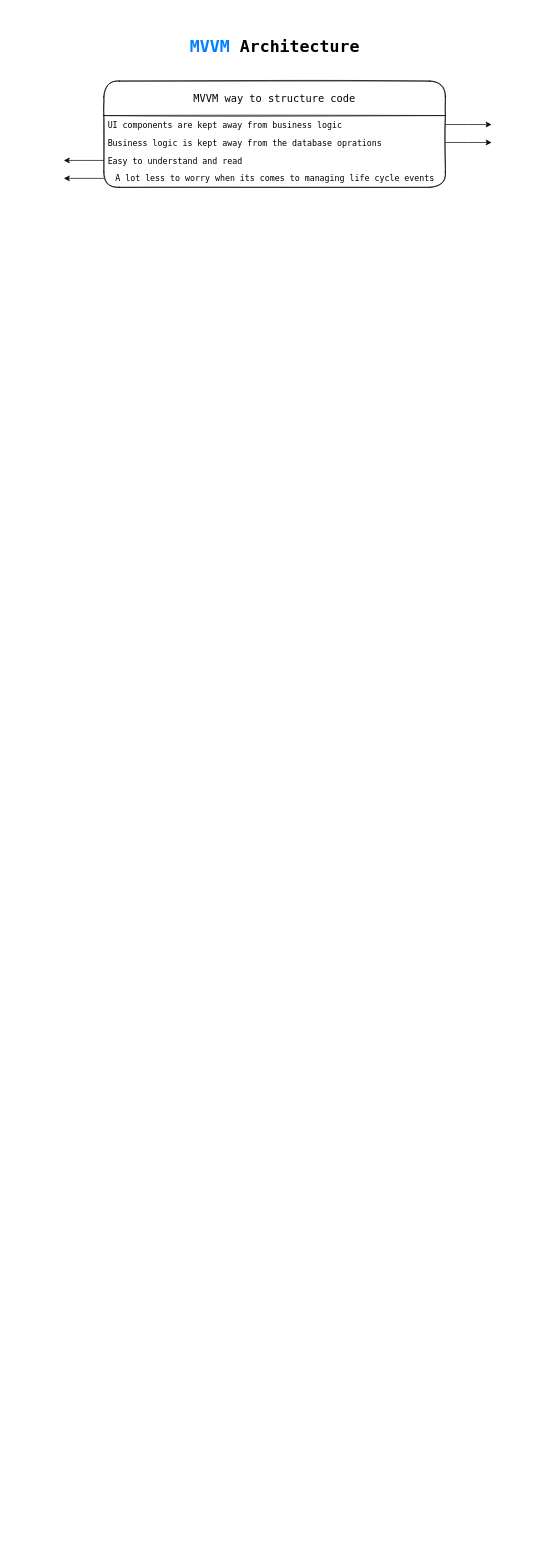
Before: MVVM.drawio in elliot31878/MVVM, a draw.io diagram. Source tidied: cells renumbered, new cells numbered last; positions are measured from the earlier drawing's top-left corner, leaving out a move shared by most shapes. Both pictures are drawn from the tidied source at 69%, with x=0, y=0 at pixel (63, 12).
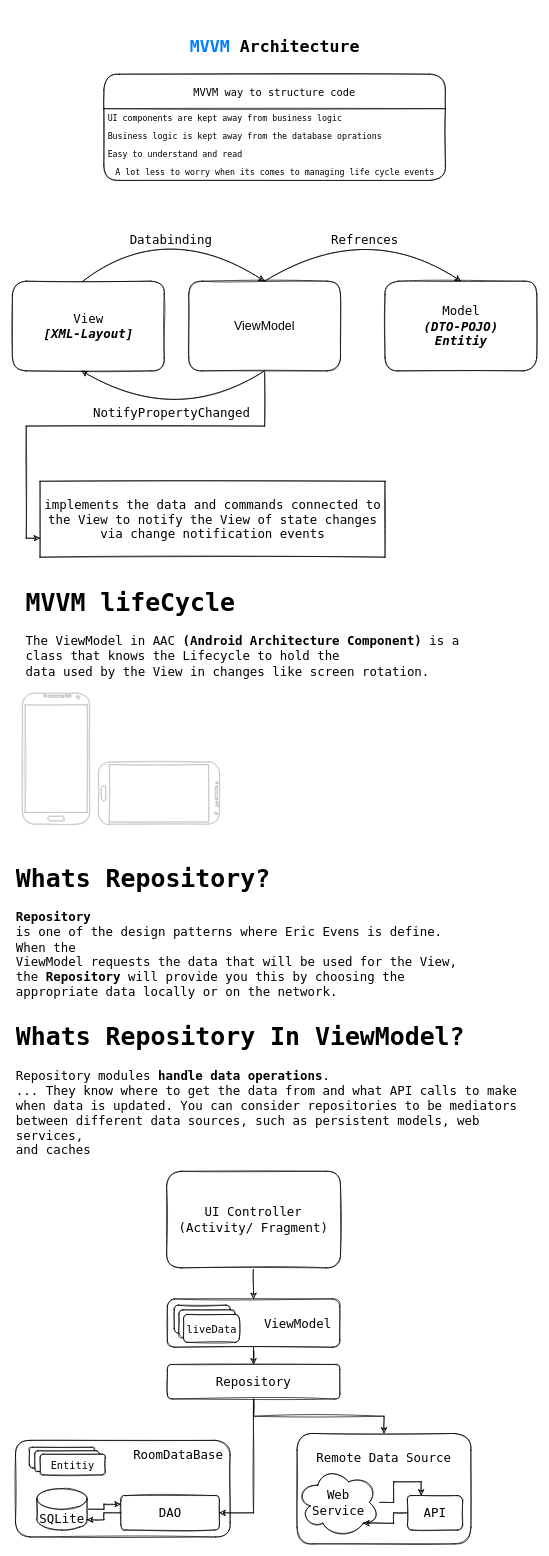
The same diagram, later.

Unchanged cells that the change refers to:
```xml
<mxCell id="4" value="UI components are kept away from business logic" style="text;strokeColor=none;fillColor=none;align=left;verticalAlign=top;spacingLeft=4;spacingRight=4;overflow=hidden;points=[[0,0.5],[1,0.5]];portConstraint=eastwest;fontFamily=Lucida Console;" parent="3" vertex="1">
  <mxGeometry y="50" width="495" height="26" as="geometry" />
</mxCell>
<mxCell id="5" value="Business logic is kept away from the database oprations" style="text;strokeColor=none;fillColor=none;align=left;verticalAlign=top;spacingLeft=4;spacingRight=4;overflow=hidden;points=[[0,0.5],[1,0.5]];portConstraint=eastwest;fontFamily=Lucida Console;" parent="3" vertex="1">
  <mxGeometry y="76" width="495" height="26" as="geometry" />
</mxCell>
<mxCell id="6" value="Easy to understand and read" style="text;strokeColor=none;fillColor=none;align=left;verticalAlign=top;spacingLeft=4;spacingRight=4;overflow=hidden;points=[[0,0.5],[1,0.5]];portConstraint=eastwest;fontFamily=Lucida Console;" parent="3" vertex="1">
  <mxGeometry y="102" width="495" height="26" as="geometry" />
</mxCell>
<mxCell id="7" value="A lot less to worry when its comes to managing life cycle events" style="text;strokeColor=none;fillColor=none;align=left;verticalAlign=top;spacingLeft=15;spacingRight=4;overflow=hidden;points=[[0,0.5],[1,0.5]];portConstraint=eastwest;spacingBottom=0;fontFamily=Lucida Console;" parent="3" vertex="1">
  <mxGeometry y="128" width="495" height="26" as="geometry" />
</mxCell>
```

What changed in the source:
```diff
@@
     <mxCell id="3" value="MVVM way to structure code" style="swimlane;fontStyle=0;horizontal=1;startSize=50;fontSize=15;&#10;borderRadius:10;rounded=1;shadow=0;glass=0;sketch=1;fontFamily=Lucida Console;spacingBottom=0;" parent="1" vertex="1">
-      <mxGeometry x="58" y="100" width="495" height="154" as="geometry" />
+      <mxGeometry x="58" y="90" width="495" height="154" as="geometry" />
     </mxCell>
@@
-    <mxCell id="8" style="edgeStyle=orthogonalEdgeStyle;rounded=0;jettySize=auto;html=1;exitX=1;exitY=0.5;exitDx=0;exitDy=0;fontFamily=Lucida Console;fontSize=15;startSize=50;" parent="1" edge="1" source="4">
-      <mxGeometry relative="1" as="geometry">
-        <mxPoint x="620" y="163" as="targetPoint" />
-      </mxGeometry>
-    </mxCell>
-    <mxCell id="9" style="edgeStyle=orthogonalEdgeStyle;rounded=0;jettySize=auto;html=1;exitX=1;exitY=0.5;exitDx=0;exitDy=0;fontFamily=Lucida Console;fontSize=15;startSize=50;" parent="1" edge="1" source="5">
-      <mxGeometry relative="1" as="geometry">
-        <mxPoint x="620" y="189" as="targetPoint" />
-      </mxGeometry>
-    </mxCell>
-    <mxCell id="10" style="edgeStyle=orthogonalEdgeStyle;rounded=0;jettySize=auto;html=1;fontFamily=Lucida Console;fontSize=15;startSize=50;" parent="1" edge="1" source="6">
-      <mxGeometry relative="1" as="geometry">
-        <mxPoint y="215" as="targetPoint" />
-      </mxGeometry>
-    </mxCell>
-    <mxCell id="11" style="edgeStyle=orthogonalEdgeStyle;rounded=0;jettySize=auto;html=1;exitX=0;exitY=0.5;exitDx=0;exitDy=0;fontFamily=Lucida Console;fontSize=15;startSize=50;" parent="1" edge="1" source="7">
-      <mxGeometry relative="1" as="geometry">
-        <mxPoint y="241" as="targetPoint" />
-      </mxGeometry>
-    </mxCell>
+    <mxCell id="12" value="&lt;div&gt;View&lt;/div&gt;&lt;div&gt;&lt;i&gt;&lt;b&gt;[XML-Layout]&lt;/b&gt;&lt;/i&gt;&lt;br&gt;&lt;/div&gt;" style="rounded=1;whiteSpace=wrap;html=1;sketch=1;fontFamily=Lucida Console;fontSize=18;" parent="1" vertex="1">
+      <mxGeometry x="-74.5" y="390" width="220" height="130" as="geometry" />
+    </mxCell>
+    <mxCell id="13" value="&lt;div&gt;Model&lt;/div&gt;&lt;div&gt;&lt;i&gt;&lt;b&gt;(DTO-POJO)&lt;/b&gt;&lt;/i&gt;&lt;/div&gt;&lt;div&gt;&lt;i&gt;&lt;b&gt;Entitiy&lt;/b&gt;&lt;/i&gt;&lt;br&gt;&lt;/div&gt;" style="rounded=1;whiteSpace=wrap;html=1;sketch=1;fontFamily=Lucida Console;fontSize=18;" parent="1" vertex="1">
+      <mxGeometry x="465.5" y="390" width="220" height="130" as="geometry" />
+    </mxCell>
+    <mxCell id="14" style="edgeStyle=orthogonalEdgeStyle;rounded=0;sketch=1;jettySize=auto;html=1;fontFamily=Lucida Console;fontSize=18;entryX=0;entryY=0.75;entryDx=0;entryDy=0;" parent="1" edge="1" source="15" target="23">
+      <mxGeometry relative="1" as="geometry" />
+    </mxCell>
+    <mxCell id="15" value="&lt;div&gt;ViewModel&lt;/div&gt;" style="rounded=1;whiteSpace=wrap;html=1;sketch=1;fontSize=18;" parent="1" vertex="1">
+      <mxGeometry x="181" y="390" width="220" height="130" as="geometry" />
+    </mxCell>
+    <mxCell id="16" value="Databinding" style="curved=1;endArrow=classic;html=1;fontFamily=Lucida Console;fontSize=18;exitX=0.464;exitY=0;exitDx=0;exitDy=0;exitPerimeter=0;entryX=0.5;entryY=0;entryDx=0;entryDy=0;sketch=1;" parent="1" edge="1" source="12" target="15">
+      <mxGeometry x="0.08" y="-20" relative="1" as="geometry">
+        <Array as="points">
+          <mxPoint x="145.5" y="300" />
+        </Array>
+      </mxGeometry>
+    </mxCell>
+    <mxCell id="17" style="curved=1;endArrow=classic;html=1;fontFamily=Lucida Console;fontSize=18;exitX=0.5;exitY=1;exitDx=0;exitDy=0;entryX=0.455;entryY=1;entryDx=0;entryDy=0;sketch=1;entryPerimeter=0;" parent="1" edge="1" source="15" target="12">
+      <mxGeometry relative="1" as="geometry">
+        <Array as="points">
+          <mxPoint x="165.5" y="600" />
+        </Array>
+      </mxGeometry>
+    </mxCell>
+    <mxCell id="18" value="NotifyPropertyChanged" style="edgeLabel;html=1;align=center;verticalAlign=middle;fontSize=18;fontFamily=Lucida Console;" parent="17" vertex="1">
+      <mxGeometry x="0.13" y="-26" relative="1" as="geometry">
+        <mxPoint y="16" as="offset" />
+      </mxGeometry>
+    </mxCell>
+    <mxCell id="19" value="Refrences" style="curved=1;endArrow=classic;html=1;fontFamily=Lucida Console;fontSize=18;exitX=0.5;exitY=0;exitDx=0;exitDy=0;entryX=0.5;entryY=0;entryDx=0;entryDy=0;sketch=1;" parent="1" edge="1" source="15" target="13">
+      <mxGeometry x="0.11" y="-25" relative="1" as="geometry">
+        <Array as="points">
+          <mxPoint x="435.5" y="300" />
+        </Array>
+      </mxGeometry>
+    </mxCell>
+    <mxCell id="20" value="&lt;h1&gt;MVVM lifeCycle&lt;br&gt;&lt;/h1&gt;&lt;p&gt;The ViewModel in AAC &lt;strong class=&quot;ir kc&quot;&gt;(Android Architecture Component)&lt;/strong&gt; is a class that knows the Lifecycle to hold the &lt;br&gt;data used by the View in changes like screen rotation.&lt;br&gt;&lt;/p&gt;" style="text;html=1;strokeColor=none;fillColor=none;spacing=5;spacingTop=-20;whiteSpace=wrap;overflow=hidden;rounded=0;sketch=1;fontFamily=Lucida Console;fontSize=18;" parent="1" vertex="1">
+      <mxGeometry x="-60" y="820" width="650" height="160" as="geometry" />
+    </mxCell>
+    <mxCell id="21" style="verticalLabelPosition=bottom;verticalAlign=top;html=1;shadow=0;dashed=0;strokeWidth=1;shape=mxgraph.android.phone2;strokeColor=#c0c0c0;sketch=1;fontFamily=Lucida Console;fontSize=18;" parent="1" vertex="1">
+      <mxGeometry x="-60" y="987" width="97.4" height="190" as="geometry" />
+    </mxCell>
+    <mxCell id="22" style="verticalLabelPosition=bottom;verticalAlign=top;html=1;shadow=0;dashed=0;strokeWidth=1;shape=mxgraph.android.phone2;strokeColor=#c0c0c0;direction=south;sketch=1;fontFamily=Lucida Console;fontSize=18;" parent="1" vertex="1">
+      <mxGeometry x="50" y="1087" width="175.5" height="90" as="geometry" />
+    </mxCell>
+    <mxCell id="23" value="implements the data and commands connected to the View to notify the View of state changes via change notification events" style="text;html=1;fillColor=none;align=center;verticalAlign=middle;whiteSpace=wrap;rounded=0;sketch=1;fontFamily=Lucida Console;fontSize=18;strokeColor=#000000;" parent="1" vertex="1">
+      <mxGeometry x="-34.5" y="680" width="500" height="110" as="geometry" />
+    </mxCell>
+    <mxCell id="24" value="&lt;h1&gt;Whats Repository?&lt;/h1&gt;&lt;p&gt;&lt;span class=&quot;ILfuVd NA6bn&quot;&gt;&lt;span class=&quot;hgKElc&quot;&gt;&lt;span dir=&quot;ltr&quot;&gt;&lt;b&gt;Repository&lt;/b&gt;&lt;br&gt; is one of the design patterns where Eric Evens is define. When the &lt;br&gt;ViewModel requests the data that will be used for the View, the &lt;b&gt;Repository&lt;/b&gt; will provide you this by choosing the appropriate data locally or on the network.&lt;/span&gt;&lt;/span&gt;&lt;/span&gt;&lt;/p&gt;" style="text;html=1;strokeColor=none;fillColor=none;spacing=5;spacingTop=-20;whiteSpace=wrap;overflow=hidden;rounded=0;sketch=1;fontFamily=Lucida Console;fontSize=18;" parent="1" vertex="1">
+      <mxGeometry x="-74.5" y="1220" width="650" height="220" as="geometry" />
+    </mxCell>
+    <mxCell id="25" value="&lt;h1&gt;Whats Repository In ViewModel?&lt;/h1&gt;&lt;p&gt;&lt;span class=&quot;ILfuVd NA6bn&quot;&gt;&lt;span class=&quot;hgKElc&quot;&gt;&lt;span dir=&quot;ltr&quot;&gt;Repository modules &lt;b&gt;handle data operations&lt;/b&gt;.&lt;br/&gt; ... They know where to get the data from and what API calls to make &lt;br/&gt;when data is updated. You can consider repositories to be mediators &lt;br/&gt;between different data sources, such as persistent models, web services,&lt;br/&gt; and caches&lt;/span&gt;&lt;/span&gt;&lt;/span&gt;&lt;/p&gt;" style="text;html=1;strokeColor=none;fillColor=none;spacing=5;spacingTop=-20;whiteSpace=wrap;overflow=hidden;rounded=0;sketch=1;fontFamily=Lucida Console;fontSize=18;" parent="1" vertex="1">
+      <mxGeometry x="-74.5" y="1450" width="754.5" height="230" as="geometry" />
+    </mxCell>
+    <mxCell id="26" style="edgeStyle=orthogonalEdgeStyle;rounded=0;sketch=1;jettySize=auto;html=1;fontFamily=Lucida Console;fontSize=18;" parent="1" edge="1" source="27" target="29">
+      <mxGeometry relative="1" as="geometry" />
+    </mxCell>
+    <mxCell id="27" value="&lt;div&gt;UI Controller&lt;/div&gt;&lt;div&gt;(Activity/ Fragment)&lt;br&gt;&lt;/div&gt;" style="rounded=1;whiteSpace=wrap;html=1;sketch=1;fontFamily=Lucida Console;fontSize=18;strokeColor=#000000;" parent="1" vertex="1">
+      <mxGeometry x="149" y="1680" width="252" height="140" as="geometry" />
+    </mxCell>
+    <mxCell id="28" style="group;" parent="1" vertex="1">
+      <mxGeometry x="150" y="1865" width="250" height="70" as="geometry" />
+    </mxCell>
+    <mxCell id="29" value="&lt;div align=&quot;right&quot;&gt;ViewModel&lt;/div&gt;" style="rounded=1;whiteSpace=wrap;html=1;sketch=1;fontFamily=Lucida Console;fontSize=18;strokeColor=#000000;align=right;spacingRight=10;" parent="28" vertex="1">
+      <mxGeometry width="250" height="70" as="geometry" />
+    </mxCell>
+    <mxCell id="30" style="group;" parent="28" vertex="1">
+      <mxGeometry x="10" y="9" width="94.5" height="54" as="geometry" />
+    </mxCell>
+    <mxCell id="31" style="rounded=1;whiteSpace=wrap;html=1;sketch=1;fontFamily=Lucida Console;fontSize=18;strokeColor=#000000;" parent="30" vertex="1">
+      <mxGeometry width="81" height="40.5" as="geometry" />
+    </mxCell>
+    <mxCell id="32" style="rounded=1;whiteSpace=wrap;html=1;sketch=1;fontFamily=Lucida Console;fontSize=18;strokeColor=#000000;" parent="30" vertex="1">
+      <mxGeometry x="6.8" y="6.8" width="81" height="40.5" as="geometry" />
+    </mxCell>
+    <mxCell id="33" value="&lt;font style=&quot;font-size: 15px&quot;&gt;liveData&lt;/font&gt;" style="rounded=1;whiteSpace=wrap;html=1;sketch=1;fontFamily=Lucida Console;fontSize=18;strokeColor=#000000;" parent="30" vertex="1">
+      <mxGeometry x="13.5" y="13.5" width="81" height="40.5" as="geometry" />
+    </mxCell>
+    <mxCell id="34" style="edgeStyle=orthogonalEdgeStyle;rounded=0;sketch=1;jettySize=auto;html=1;fontFamily=Lucida Console;fontSize=18;" parent="1" edge="1" source="35" target="49">
+      <mxGeometry relative="1" as="geometry" />
+    </mxCell>
+    <mxCell id="35" value="Repository" style="rounded=1;whiteSpace=wrap;html=1;sketch=1;fontFamily=Lucida Console;fontSize=18;strokeColor=#000000;" parent="1" vertex="1">
+      <mxGeometry x="150" y="1960" width="250" height="50" as="geometry" />
+    </mxCell>
+    <mxCell id="36" style="edgeStyle=orthogonalEdgeStyle;rounded=0;sketch=1;jettySize=auto;html=1;exitX=0.5;exitY=1;exitDx=0;exitDy=0;fontFamily=Lucida Console;fontSize=18;" parent="1" edge="1" source="29" target="35">
+      <mxGeometry relative="1" as="geometry" />
+    </mxCell>
+    <mxCell id="37" style="group;" parent="1" vertex="1">
+      <mxGeometry x="-70" y="2070" width="311" height="140" as="geometry" />
+    </mxCell>
+    <mxCell id="38" value="RoomDataBase" style="rounded=1;whiteSpace=wrap;html=1;sketch=1;fontFamily=Lucida Console;fontSize=18;strokeColor=#000000;align=right;spacing=0;spacingBottom=100;spacingRight=10;" parent="37" vertex="1">
+      <mxGeometry width="311" height="140" as="geometry" />
+    </mxCell>
+    <mxCell id="39" style="group;" parent="37" vertex="1">
+      <mxGeometry x="20" y="10" width="110" height="40" as="geometry" />
+    </mxCell>
+    <mxCell id="40" style="rounded=1;whiteSpace=wrap;html=1;sketch=1;fontFamily=Lucida Console;fontSize=18;strokeColor=#000000;" parent="39" vertex="1">
+      <mxGeometry width="94.3" height="30" as="geometry" />
+    </mxCell>
+    <mxCell id="41" style="rounded=1;whiteSpace=wrap;html=1;sketch=1;fontFamily=Lucida Console;fontSize=18;strokeColor=#000000;" parent="39" vertex="1">
+      <mxGeometry x="7.9" y="5" width="94.3" height="30" as="geometry" />
+    </mxCell>
+    <mxCell id="42" value="&lt;font style=&quot;font-size: 15px&quot;&gt;Entitiy&lt;/font&gt;" style="rounded=1;whiteSpace=wrap;html=1;sketch=1;fontFamily=Lucida Console;fontSize=18;strokeColor=#000000;" parent="39" vertex="1">
+      <mxGeometry x="15.7" y="10" width="94.3" height="30" as="geometry" />
+    </mxCell>
+    <mxCell id="43" value="DAO" style="rounded=1;whiteSpace=wrap;html=1;sketch=1;fontFamily=Lucida Console;fontSize=18;strokeColor=#000000;" parent="37" vertex="1">
+      <mxGeometry x="152.6" y="80" width="142.9" height="50" as="geometry" />
+    </mxCell>
+    <mxCell id="44" style="edgeStyle=orthogonalEdgeStyle;rounded=0;sketch=1;jettySize=auto;html=1;entryX=0;entryY=0.25;entryDx=0;entryDy=0;fontFamily=Lucida Console;fontSize=18;" parent="37" edge="1" source="45" target="43">
+      <mxGeometry relative="1" as="geometry" />
+    </mxCell>
+    <mxCell id="45" value="SQLite" style="shape=cylinder3;whiteSpace=wrap;html=1;boundedLbl=1;backgroundOutline=1;size=15;sketch=1;fontFamily=Lucida Console;fontSize=18;strokeColor=#000000;align=center;" parent="37" vertex="1">
+      <mxGeometry x="30.9" y="70" width="72.8" height="60" as="geometry" />
+    </mxCell>
+    <mxCell id="46" style="edgeStyle=orthogonalEdgeStyle;rounded=0;sketch=1;jettySize=auto;html=1;fontFamily=Lucida Console;fontSize=18;entryX=1;entryY=1;entryDx=0;entryDy=-15;entryPerimeter=0;" parent="37" edge="1" source="43" target="45">
+      <mxGeometry relative="1" as="geometry" />
+    </mxCell>
+    <mxCell id="47" style="edgeStyle=orthogonalEdgeStyle;rounded=0;sketch=1;jettySize=auto;html=1;exitX=0.5;exitY=1;exitDx=0;exitDy=0;entryX=1;entryY=0.5;entryDx=0;entryDy=0;fontFamily=Lucida Console;fontSize=18;" parent="1" edge="1" source="35" target="43">
+      <mxGeometry relative="1" as="geometry" />
+    </mxCell>
+    <mxCell id="48" style="group;" parent="1" vertex="1">
+      <mxGeometry x="338" y="2060" width="252" height="160" as="geometry" />
+    </mxCell>
+    <mxCell id="49" value="Remote Data Source" style="rounded=1;whiteSpace=wrap;html=1;sketch=1;fontFamily=Lucida Console;fontSize=18;strokeColor=#000000;spacing=0;spacingBottom=90;" parent="48" vertex="1">
+      <mxGeometry width="252" height="160" as="geometry" />
+    </mxCell>
+    <mxCell id="50" value="&lt;div&gt;Web&lt;/div&gt;&lt;div&gt;Service&lt;br&gt;&lt;/div&gt;" style="ellipse;shape=cloud;whiteSpace=wrap;html=1;sketch=1;fontFamily=Lucida Console;fontSize=18;strokeColor=#000000;align=center;" parent="48" vertex="1">
+      <mxGeometry y="50" width="120" height="100" as="geometry" />
+    </mxCell>
+    <mxCell id="51" style="edgeStyle=orthogonalEdgeStyle;rounded=0;sketch=1;jettySize=auto;html=1;entryX=0.8;entryY=0.8;entryDx=0;entryDy=0;entryPerimeter=0;fontFamily=Lucida Console;fontSize=18;" parent="48" edge="1" source="52" target="50">
+      <mxGeometry relative="1" as="geometry" />
+    </mxCell>
+    <mxCell id="52" value="API" style="rounded=1;whiteSpace=wrap;html=1;sketch=1;fontFamily=Lucida Console;fontSize=18;strokeColor=#000000;" parent="48" vertex="1">
+      <mxGeometry x="160" y="90" width="80" height="50" as="geometry" />
+    </mxCell>
+    <mxCell id="53" style="edgeStyle=orthogonalEdgeStyle;rounded=0;sketch=1;jettySize=auto;html=1;entryX=0.25;entryY=0;entryDx=0;entryDy=0;fontFamily=Lucida Console;fontSize=18;" parent="48" edge="1" source="50" target="52">
+      <mxGeometry relative="1" as="geometry" />
+    </mxCell>
```
